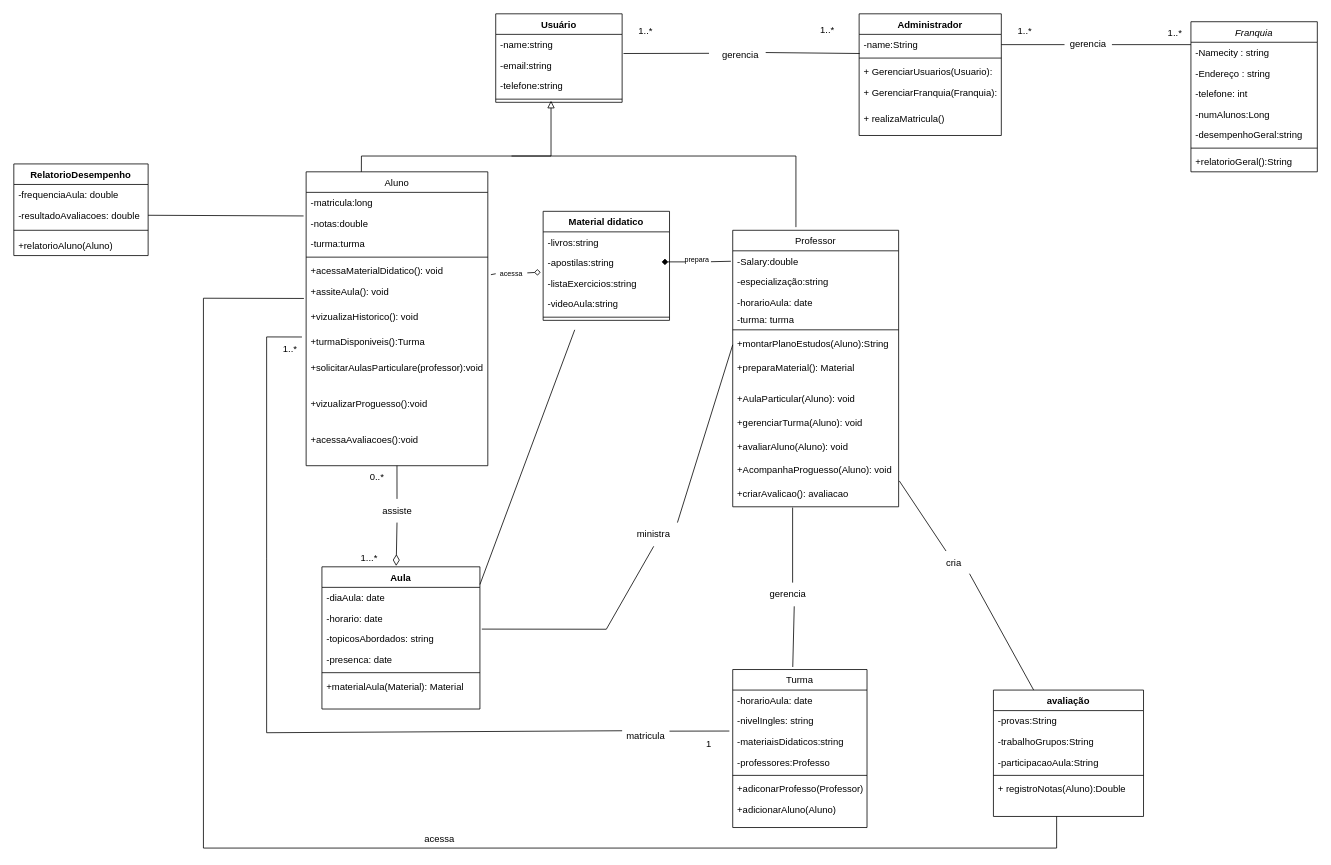
The draw.io diagram Diagrama-Classes/Escola-Ingles.drawio in Wal221/ProjetoWeb2, before the edit. Source tidied: cells renumbered, new cells numbered last; positions are measured from the earlier drawing's top-left corner, leaving out a move shared by most shapes. Both pictures are drawn from the tidied source at 79%, with x=0, y=0 at pixel (13, 13).
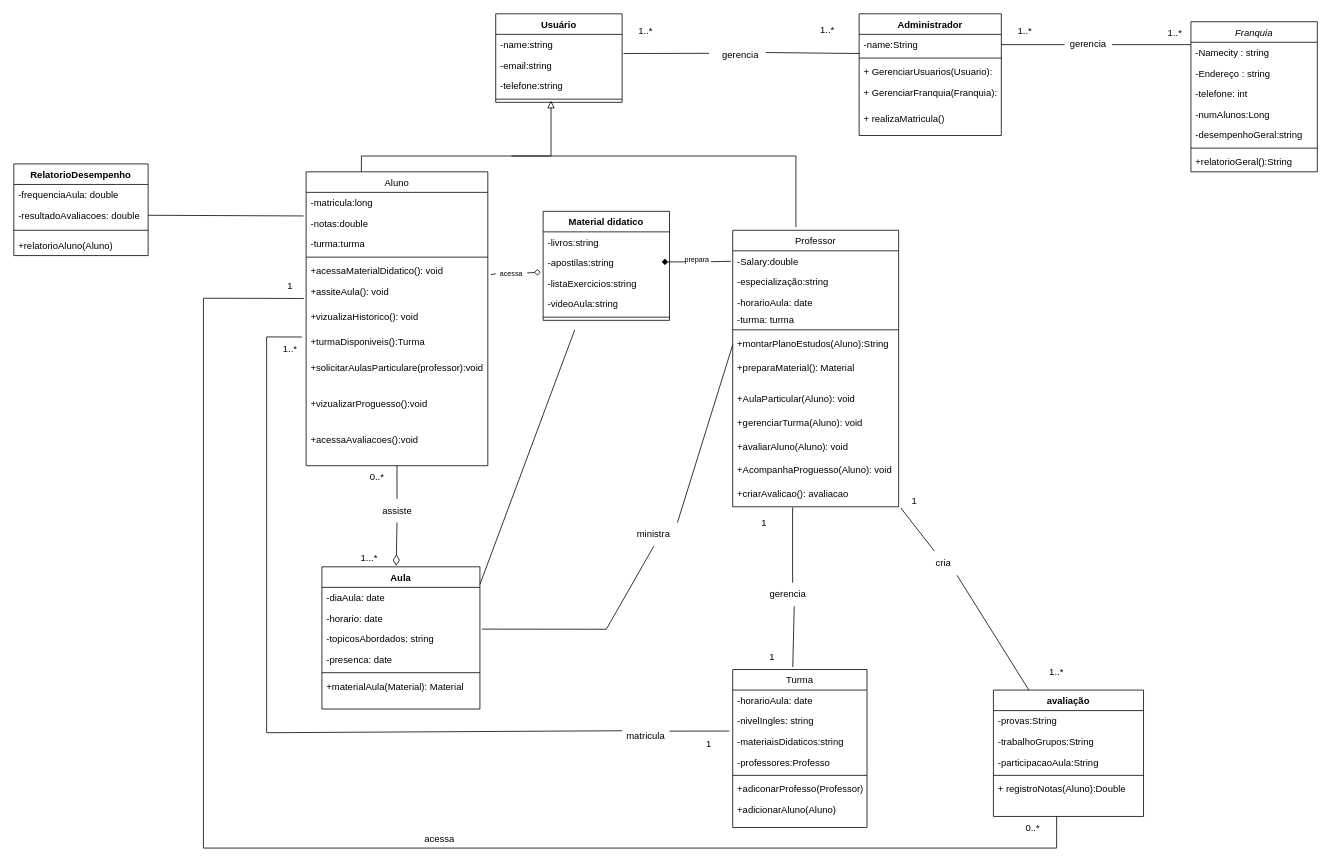
After the change.

Unchanged cells that the change refers to:
```xml
<mxCell id="33" value="+AcompanhaProguesso(Aluno): void" style="text;align=left;verticalAlign=top;spacingLeft=4;spacingRight=4;overflow=hidden;points=[[0,0.5],[1,0.5]];portConstraint=eastwest;" parent="22" vertex="1">
  <mxGeometry y="290" width="210" height="30" as="geometry" />
</mxCell>
<mxCell id="34" value="+criarAvalicao(): avaliacao&#10;" style="text;align=left;verticalAlign=top;spacingLeft=4;spacingRight=4;overflow=hidden;points=[[0,0.5],[1,0.5]];portConstraint=eastwest;" parent="22" vertex="1">
  <mxGeometry y="320" width="210" height="30" as="geometry" />
</mxCell>
<mxCell id="97" value="avaliação" style="swimlane;fontStyle=1;align=center;verticalAlign=top;horizontal=1;startSize=26;whiteSpace=wrap;html=1;" parent="1" vertex="1">
  <mxGeometry x="1240" y="856" width="190" height="160" as="geometry" />
</mxCell>
```

Diff of the diagram source:
```diff
@@
-    <mxCell id="103" style="endArrow=none;html=1;rounded=0;entryX=1.004;entryY=0.908;entryDx=0;entryDy=0;entryPerimeter=0;" parent="1" edge="1" source="107" target="33">
+    <mxCell id="103" style="endArrow=none;html=1;rounded=0;entryX=1.013;entryY=1.05;entryDx=0;entryDy=0;entryPerimeter=0;" parent="1" edge="1" source="107" target="34">
       <mxGeometry relative="1" as="geometry" />
     </mxCell>
@@
-    <mxCell id="106" style="endArrow=none;html=1;rounded=0;entryX=0.829;entryY=0.957;entryDx=0;entryDy=0;entryPerimeter=0;" parent="1" edge="1" source="97" target="107">
+    <mxCell id="106" style="endArrow=none;html=1;rounded=0;entryX=0.782;entryY=1.026;entryDx=0;entryDy=0;entryPerimeter=0;" parent="1" edge="1" source="97" target="107">
       <mxGeometry relative="1" as="geometry" />
     </mxCell>
     <mxCell id="107" value="cria" style="text;html=1;align=center;verticalAlign=middle;whiteSpace=wrap;rounded=0;" parent="1" vertex="1">
-      <mxGeometry x="1160" y="680" width="60" height="30" as="geometry" />
+      <mxGeometry x="1147" y="680" width="60" height="30" as="geometry" />
     </mxCell>
@@
+    <mxCell id="120" value="0..*" style="text;html=1;align=center;verticalAlign=middle;whiteSpace=wrap;rounded=0;" parent="1" vertex="1">
+      <mxGeometry x="1260" y="1016" width="60" height="30" as="geometry" />
+    </mxCell>
+    <mxCell id="121" value="1" style="text;html=1;align=center;verticalAlign=middle;whiteSpace=wrap;rounded=0;" parent="1" vertex="1">
+      <mxGeometry x="320" y="330" width="60" height="30" as="geometry" />
+    </mxCell>
+    <mxCell id="122" value="1" style="text;html=1;align=center;verticalAlign=middle;whiteSpace=wrap;rounded=0;" parent="1" vertex="1">
+      <mxGeometry x="930" y="800" width="60" height="30" as="geometry" />
+    </mxCell>
+    <mxCell id="123" value="1" style="text;html=1;align=center;verticalAlign=middle;whiteSpace=wrap;rounded=0;" parent="1" vertex="1">
+      <mxGeometry x="920" y="630" width="60" height="30" as="geometry" />
+    </mxCell>
+    <mxCell id="124" value="1..*" style="text;html=1;align=center;verticalAlign=middle;whiteSpace=wrap;rounded=0;" parent="1" vertex="1">
+      <mxGeometry x="1290" y="819" width="60" height="30" as="geometry" />
+    </mxCell>
+    <mxCell id="125" value="1" style="text;html=1;align=center;verticalAlign=middle;whiteSpace=wrap;rounded=0;" parent="1" vertex="1">
+      <mxGeometry x="1110" y="602" width="60" height="30" as="geometry" />
+    </mxCell>
```
